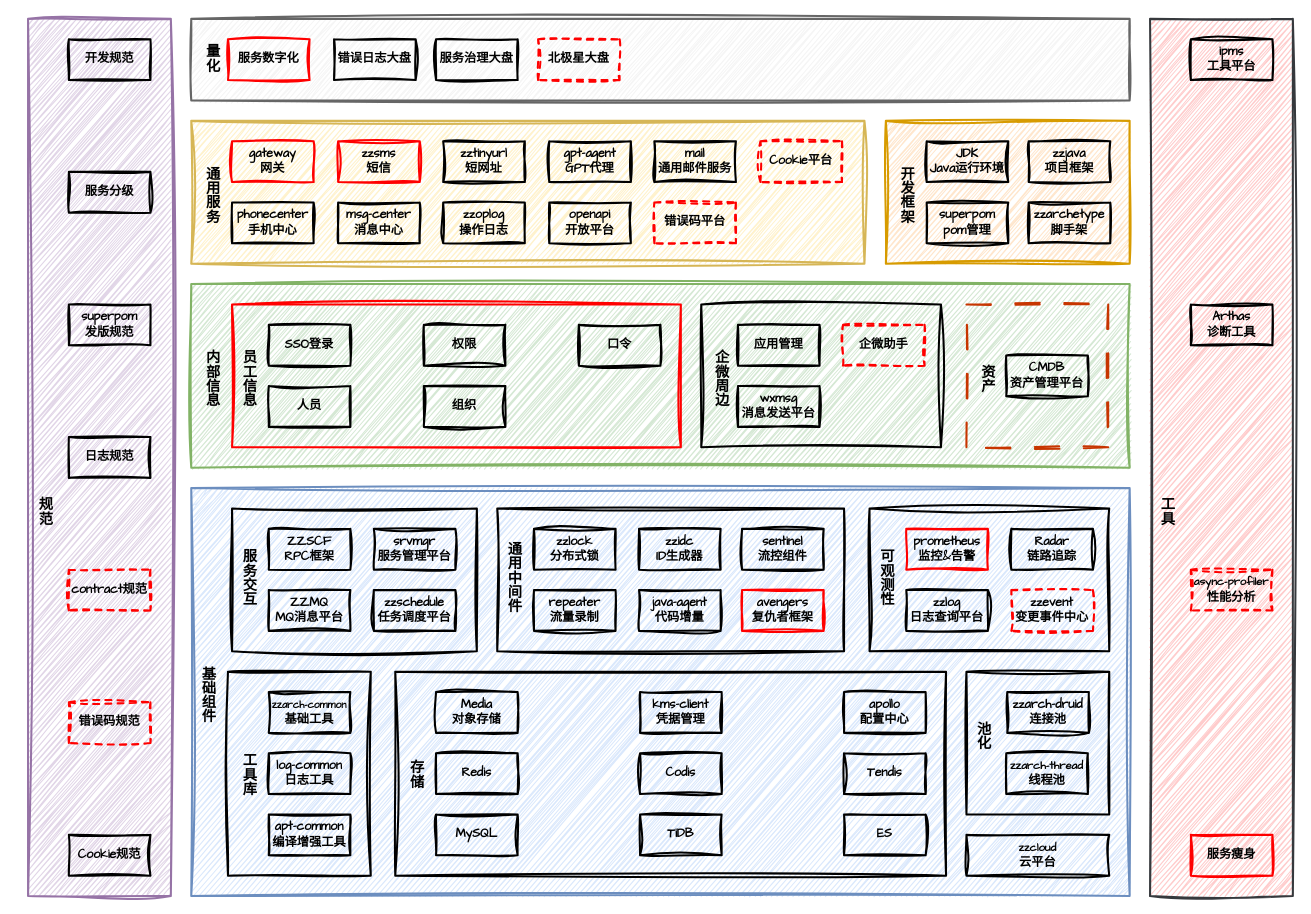
Above: tech/arch/架构部技术体系.drawio in zhuanzhuan-tech/arch-draw-io (draw.io), before the change. Source tidied: cells renumbered, new cells numbered last; positions are measured from the earlier drawing's top-left corner, leaving out a move shared by most shapes. Both pictures are drawn from the tidied source at 102%, with x=0, y=0 at pixel (17, 18).
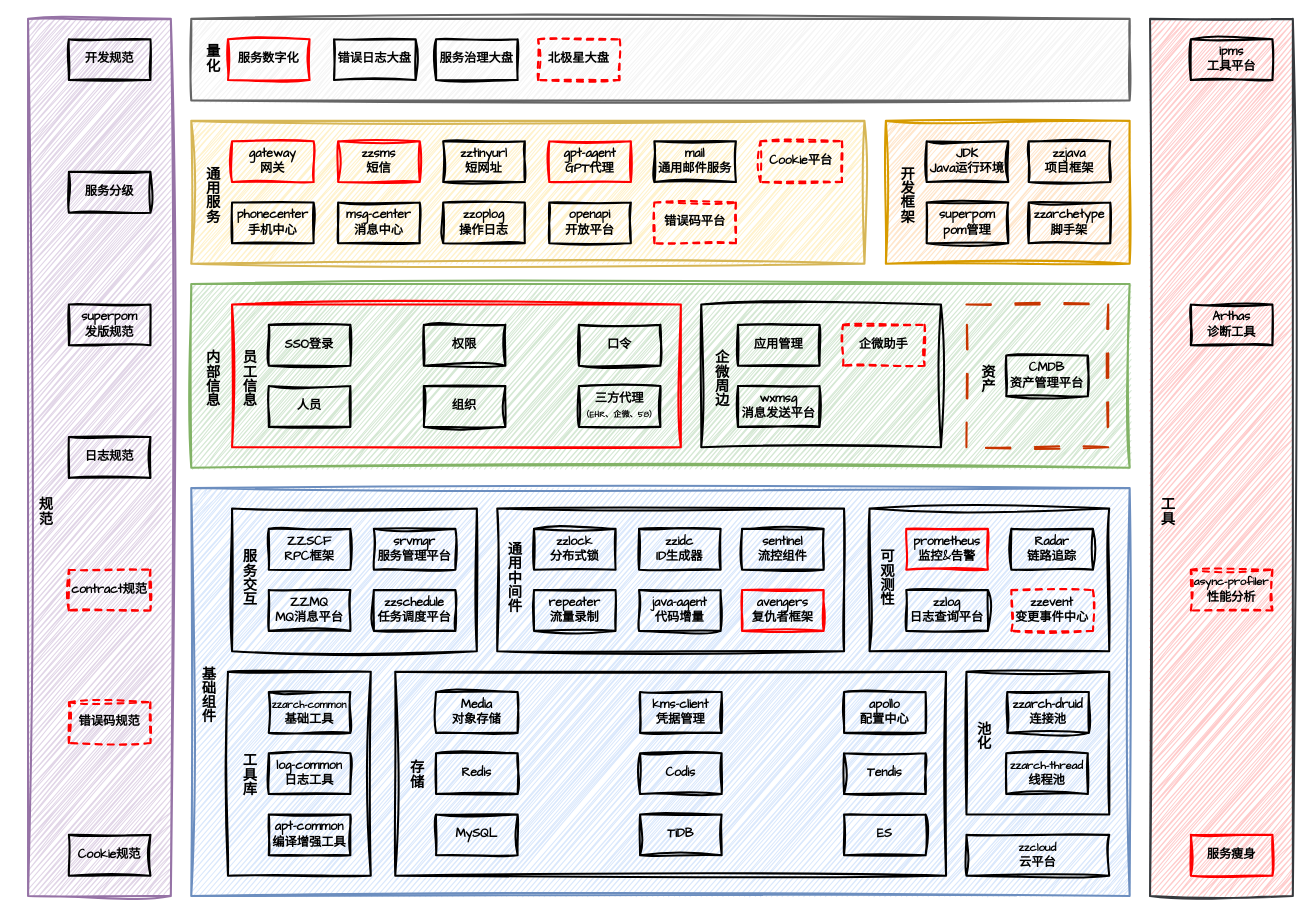
The same diagram, later.

Commit message:
更新架构部技术体系.drawio

What changed in the source:
```diff
@@
-    <mxCell id="100" value="&lt;b&gt;gpt-agent&lt;/b&gt;&lt;br&gt;&lt;div&gt;&lt;b&gt;GPT代理&lt;/b&gt;&lt;/div&gt;" style="rounded=0;whiteSpace=wrap;html=1;hachureGap=4;fontFamily=Architects Daughter;fillColor=none;strokeWidth=2;sketch=1;curveFitting=1;jiggle=2;" parent="1" vertex="1">
+    <mxCell id="100" value="&lt;b&gt;gpt-agent&lt;/b&gt;&lt;br&gt;&lt;div&gt;&lt;b&gt;GPT代理&lt;/b&gt;&lt;/div&gt;" style="rounded=0;whiteSpace=wrap;html=1;hachureGap=4;fontFamily=Architects Daughter;fillColor=none;strokeWidth=2;sketch=1;curveFitting=1;jiggle=2;strokeColor=#FF0000;" parent="1" vertex="1">
       <mxGeometry x="521" y="120" width="80" height="40" as="geometry" />
     </mxCell>
@@
+    <mxCell id="102" value="&lt;b&gt;三方代理&lt;/b&gt;&lt;div&gt;&lt;b&gt;&lt;font style=&quot;font-size: 8px;&quot;&gt;（EHR、企微、58）&lt;/font&gt;&lt;/b&gt;&lt;/div&gt;" style="rounded=0;whiteSpace=wrap;html=1;hachureGap=4;fontFamily=Architects Daughter;fillColor=none;strokeWidth=2;sketch=1;curveFitting=1;jiggle=2;" parent="1" vertex="1">
+      <mxGeometry x="550" y="360" width="80" height="40" as="geometry" />
+    </mxCell>
```
